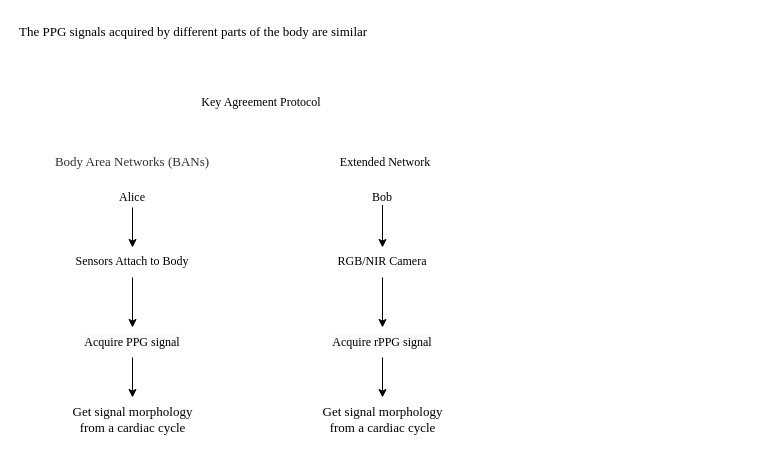
NasTul/Diagrams keeps this draw.io diagram as Keyagree.drawio. Above is the earlier version. Source tidied: cells renumbered, new cells numbered last; positions are measured from the earlier drawing's top-left corner, leaving out a move shared by most shapes. Both pictures are drawn from the tidied source at 100%, with x=0, y=0 at pixel (17, 17). Pictures stored in the file or linked from it are replaced by grey dashed boxes.
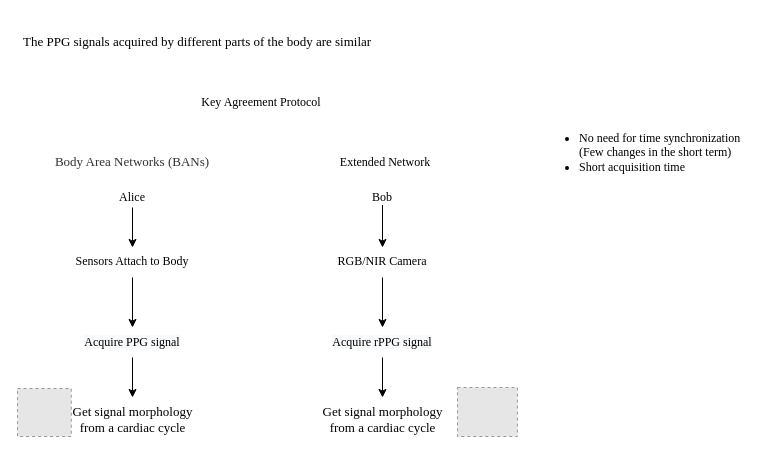
Above is the later version.

Change to the diagram source:
```diff
@@
     <mxCell id="13" value="The PPG signals acquired by different parts of the body are similar" style="text;whiteSpace=wrap;html=1;fontSize=13;fontFamily=Times New Roman;" parent="1" vertex="1">
-      <mxGeometry width="380" height="40" as="geometry" />
+      <mxGeometry x="4" y="10" width="380" height="40" as="geometry" />
     </mxCell>
@@
+    <mxCell id="20" style="fillColor=#E6E6E6;strokeColor=#999999;dashed=1;verticalLabelPosition=bottom;labelBackgroundColor=default;verticalAlign=top;" parent="1" vertex="1">
+      <mxGeometry y="371" width="53.8" height="48" as="geometry" />
+    </mxCell>
+    <mxCell id="21" style="fillColor=#E6E6E6;strokeColor=#999999;dashed=1;verticalLabelPosition=bottom;labelBackgroundColor=default;verticalAlign=top;" parent="1" vertex="1">
+      <mxGeometry x="440" y="370" width="59.9" height="49" as="geometry" />
+    </mxCell>
+    <mxCell id="22" value="&lt;ul&gt;&lt;li&gt;No need for time synchronization (Few changes in the short term)&lt;/li&gt;&lt;li&gt;Short acquisition time&lt;br&gt;&lt;/li&gt;&lt;/ul&gt;" style="text;whiteSpace=wrap;html=1;fontSize=12;fontFamily=Times New Roman;align=left;" parent="1" vertex="1">
+      <mxGeometry x="520" y="95" width="210" height="60" as="geometry" />
+    </mxCell>
```
